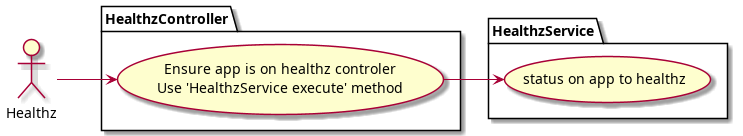
Before: docs/images/useCases.png, a diagram exported from PlantUML (matamicenclimate/1_causes-api). The source it was exported from:
```plantuml
@startuml useCases
left to right direction

actor Healthz as healthz
package HealthzController {
  usecase HealthzControllerUC as "Ensure app is on healthz controler
  Use 'HealthzService execute' method"
}
package HealthzService {
  usecase HealthzServiceUC as "status on app to healthz"
}
healthz --> HealthzControllerUC
HealthzControllerUC --> HealthzServiceUC
@enduml
```
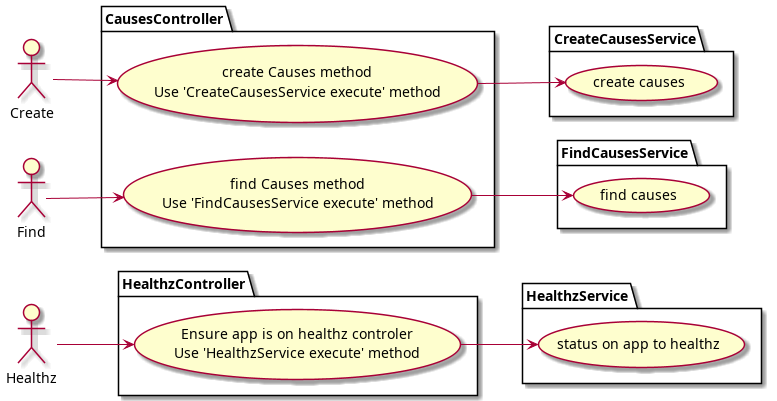
After the commit.

Commit message:
update use cases image

Change to the diagram source:
```diff
@@ -11,4 +11,26 @@
 }
 healthz --> HealthzControllerUC
 HealthzControllerUC --> HealthzServiceUC
+
+actor Create as create
+package CausesController {
+  usecase CreateCausesControllerUC as "create Causes method
+  Use 'CreateCausesService execute' method"
+}
+package CreateCausesService {
+  usecase CreateCausesServiceUC as "create causes"
+}
+create --> CreateCausesControllerUC
+CreateCausesControllerUC --> CreateCausesServiceUC
+
+actor Find as find
+package CausesController {
+  usecase FindCausesControllerUC as "find Causes method
+  Use 'FindCausesService execute' method"
+}
+package FindCausesService {
+  usecase FindCausesServiceUC as "find causes"
+}
+find --> FindCausesControllerUC
+FindCausesControllerUC --> FindCausesServiceUC
 @enduml
```
